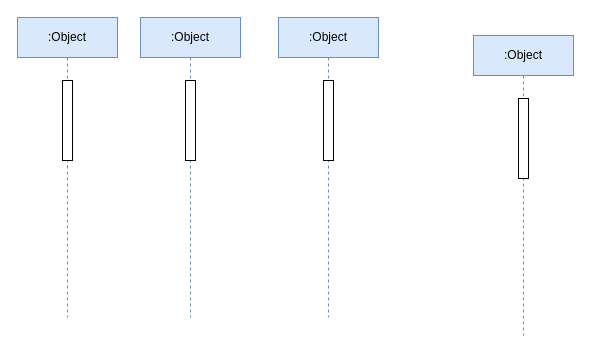
This is Untitled Diagram.drawio from KAKALZF/resource, a draw.io file, before an edit. Source tidied: cells renumbered, new cells numbered last; positions are measured from the earlier drawing's top-left corner, leaving out a move shared by most shapes. Both pictures are drawn from the tidied source at 100%, with x=0, y=0 at pixel (17, 17).
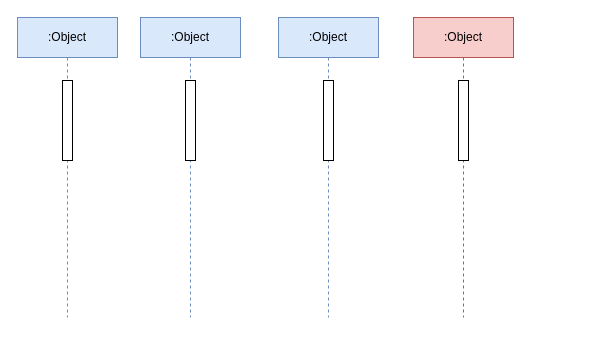
After the change.

Diff of the diagram source:
```diff
@@
 <mxGraphModel>
   <root>
     <mxCell id="0" />
     <mxCell id="1" parent="0" />
     <mxCell id="2" value=":Object" style="shape=umlLifeline;perimeter=lifelinePerimeter;whiteSpace=wrap;html=1;fillColor=#dae8fc;strokeColor=#6c8ebf;" parent="1" vertex="1">
       <mxGeometry width="100" height="300" as="geometry" />
     </mxCell>
     <mxCell id="3" style="html=1;perimeter=orthogonalPerimeter;gradientColor=none;" parent="2" vertex="1">
       <mxGeometry x="45" y="63" width="10" height="80" as="geometry" />
     </mxCell>
     <mxCell id="4" value=":Object" style="shape=umlLifeline;perimeter=lifelinePerimeter;whiteSpace=wrap;html=1;fillColor=#dae8fc;strokeColor=#6c8ebf;" parent="1" vertex="1">
       <mxGeometry x="123" width="100" height="300" as="geometry" />
     </mxCell>
     <mxCell id="5" style="html=1;perimeter=orthogonalPerimeter;gradientColor=none;" parent="4" vertex="1">
       <mxGeometry x="45" y="63" width="10" height="80" as="geometry" />
     </mxCell>
     <mxCell id="6" value=":Object" style="shape=umlLifeline;perimeter=lifelinePerimeter;whiteSpace=wrap;html=1;fillColor=#dae8fc;strokeColor=#6c8ebf;" parent="1" vertex="1">
       <mxGeometry x="261" width="100" height="300" as="geometry" />
     </mxCell>
     <mxCell id="7" style="html=1;perimeter=orthogonalPerimeter;gradientColor=none;" parent="6" vertex="1">
       <mxGeometry x="45" y="63" width="10" height="80" as="geometry" />
     </mxCell>
-    <mxCell id="8" value=":Object" style="shape=umlLifeline;perimeter=lifelinePerimeter;whiteSpace=wrap;html=1;fillColor=#dae8fc;strokeColor=#6c8ebf;" parent="1" vertex="1">
-      <mxGeometry x="456" y="18" width="100" height="300" as="geometry" />
+    <mxCell id="8" value=":Object" style="shape=umlLifeline;perimeter=lifelinePerimeter;whiteSpace=wrap;html=1;fillColor=#f8cecc;strokeColor=#b85450;" parent="1" vertex="1">
+      <mxGeometry x="396" width="100" height="300" as="geometry" />
     </mxCell>
     <mxCell id="9" style="html=1;perimeter=orthogonalPerimeter;gradientColor=none;" parent="8" vertex="1">
       <mxGeometry x="45" y="63" width="10" height="80" as="geometry" />
     </mxCell>
   </root>
 </mxGraphModel>
```
